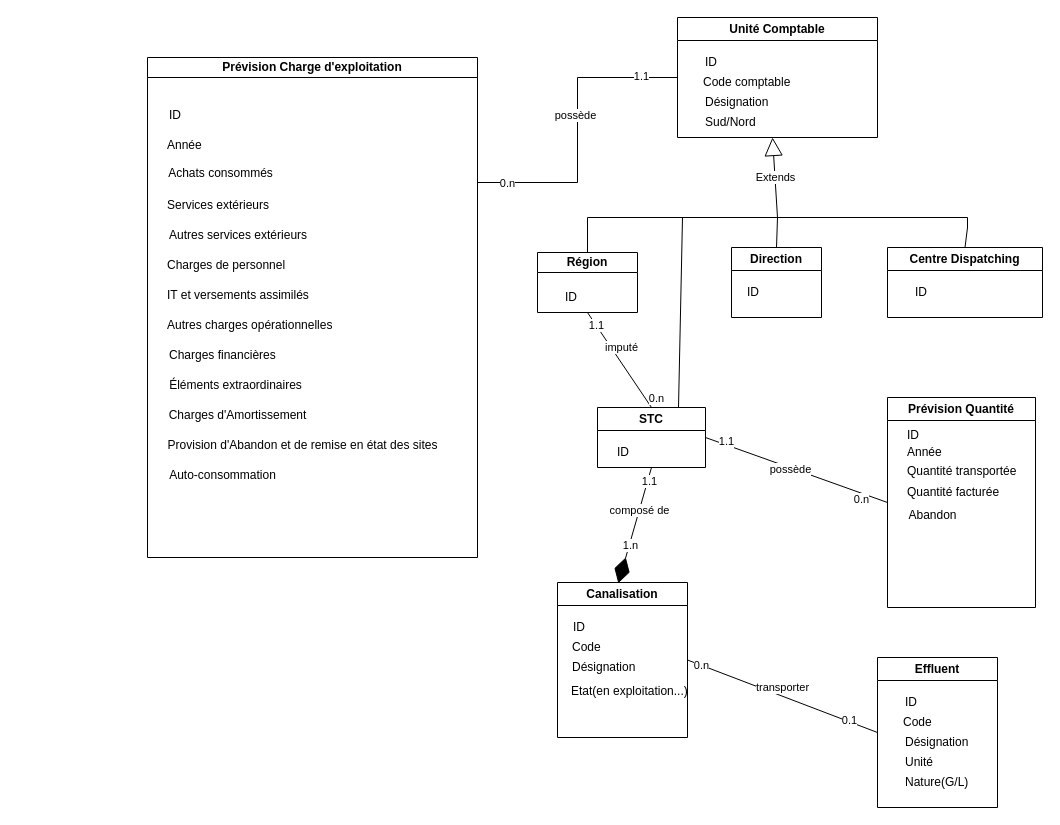
The draw.io diagram Diagramme de class Tarification.drawio.xml in saddambelabed/Conception, before the edit. Source tidied: cells renumbered, new cells numbered last; positions are measured from the earlier drawing's top-left corner, leaving out a move shared by most shapes. Both pictures are drawn from the tidied source at 100%, with x=0, y=0 at pixel (147, 17).
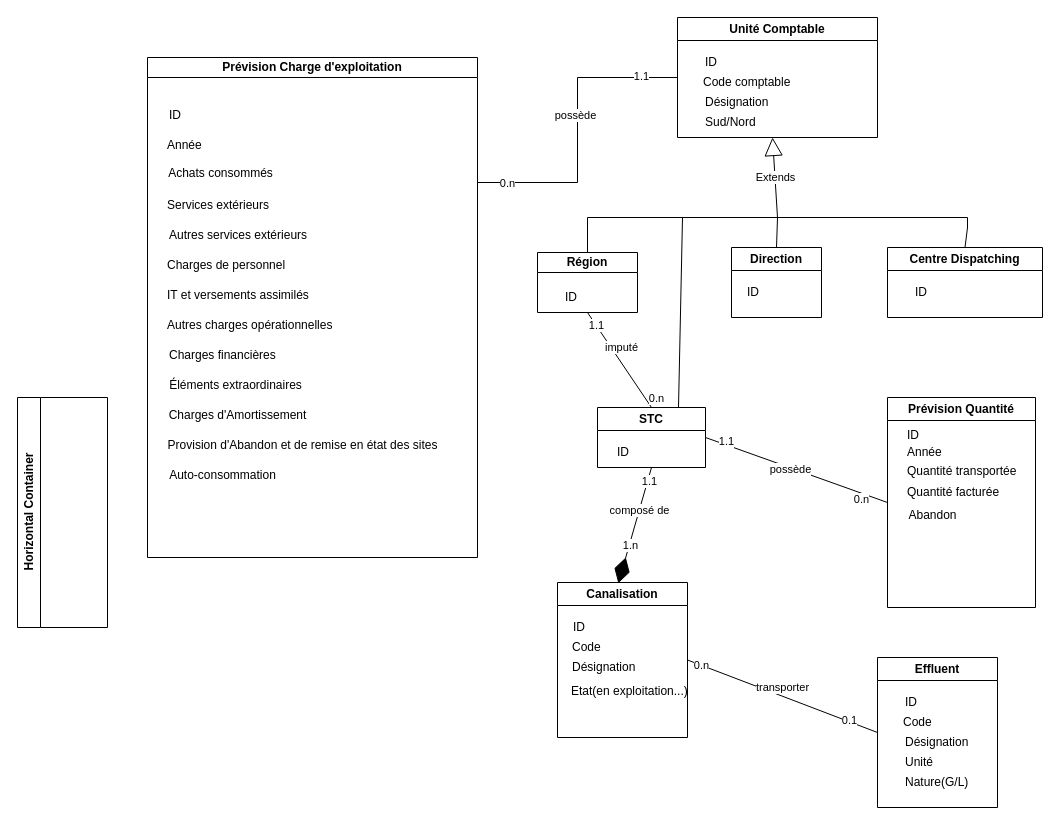
After the change.

Commit message:
Mettre à jour Diagramme de class Tarification.drawio.xml

The edit, as a diff of the source:
```diff
@@
+    <mxCell id="71" value="Horizontal Container" style="swimlane;horizontal=0;whiteSpace=wrap;html=1;" parent="1" vertex="1">
+      <mxGeometry x="-130" y="380" width="90" height="230" as="geometry" />
+    </mxCell>
```
